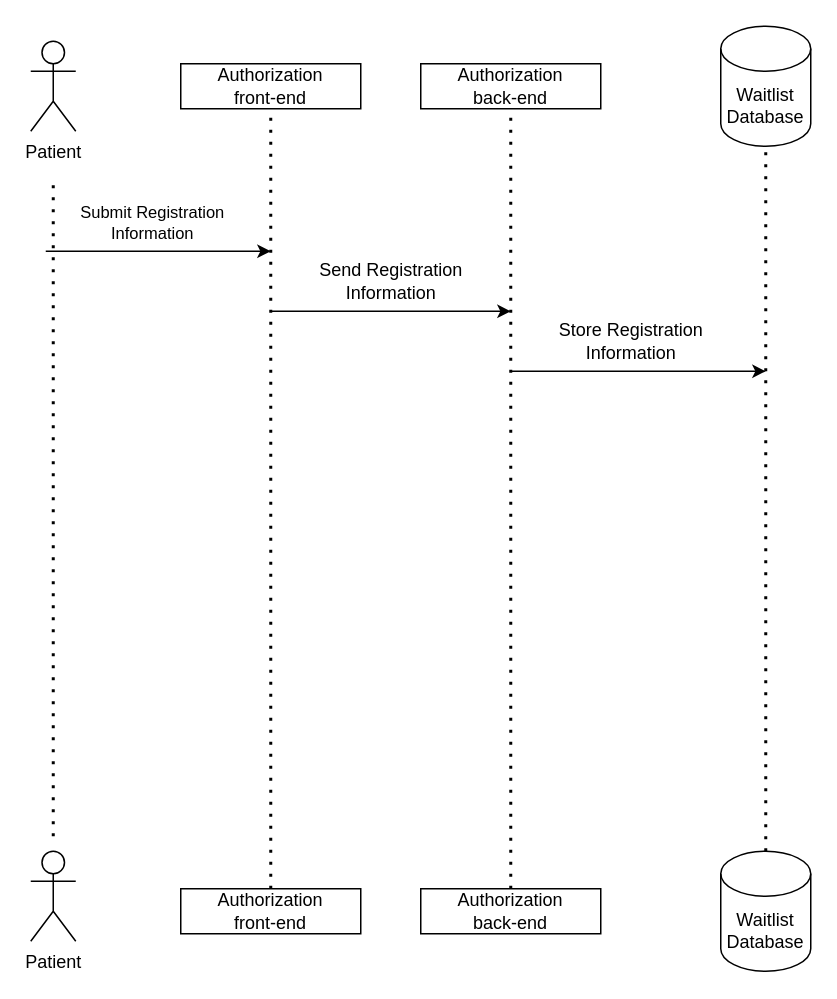
The draw.io diagram images/Register.drawio in uvic-teach/project-m1-team1, before the edit. Source tidied: cells renumbered, new cells numbered last; positions are measured from the earlier drawing's top-left corner, leaving out a move shared by most shapes. Both pictures are drawn from the tidied source at 150%, with x=0, y=0 at pixel (30, 26).
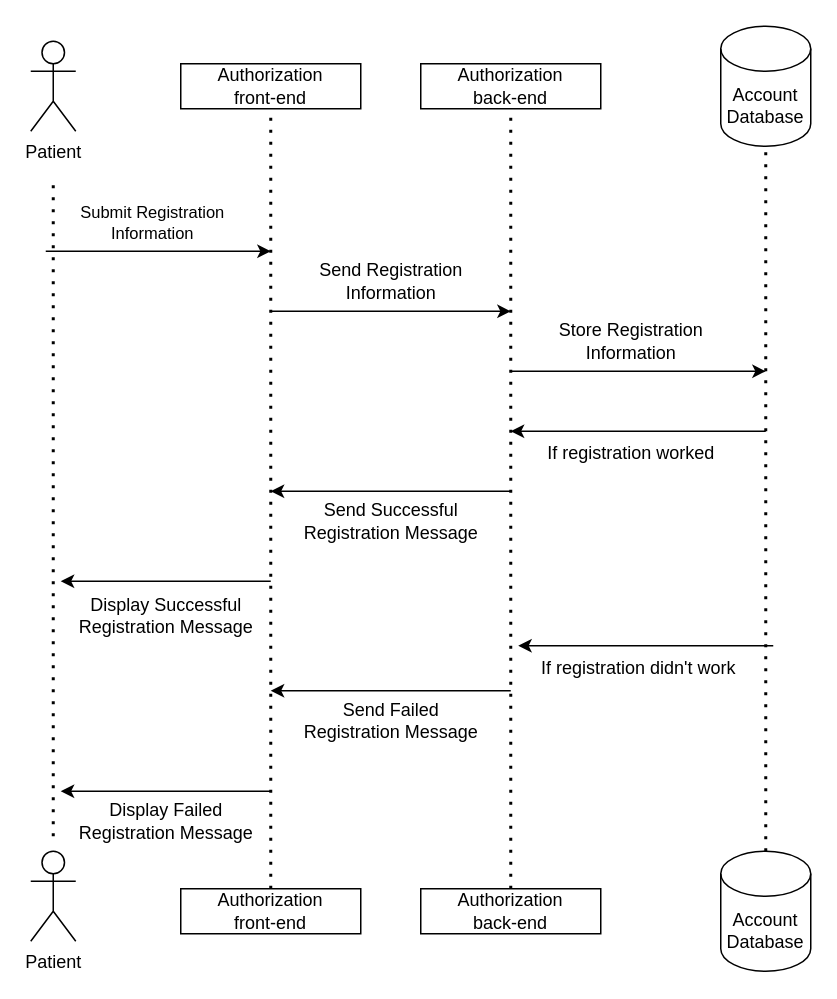
The same page after the edit.

Change to the diagram source:
```diff
@@
-    <mxCell id="4" value="Waitlist&lt;br&gt;Database" style="shape=cylinder3;whiteSpace=wrap;html=1;boundedLbl=1;backgroundOutline=1;size=15;" parent="1" vertex="1">
+    <mxCell id="4" value="Account&lt;br style=&quot;border-color: var(--border-color);&quot;&gt;Database" style="shape=cylinder3;whiteSpace=wrap;html=1;boundedLbl=1;backgroundOutline=1;size=15;" parent="1" vertex="1">
       <mxGeometry x="460" width="60" height="80" as="geometry" />
     </mxCell>
-    <mxCell id="5" value="Waitlist&lt;br&gt;Database" style="shape=cylinder3;whiteSpace=wrap;html=1;boundedLbl=1;backgroundOutline=1;size=15;" parent="1" vertex="1">
+    <mxCell id="5" value="Account&lt;br style=&quot;border-color: var(--border-color);&quot;&gt;Database" style="shape=cylinder3;whiteSpace=wrap;html=1;boundedLbl=1;backgroundOutline=1;size=15;" parent="1" vertex="1">
       <mxGeometry x="460" y="550" width="60" height="80" as="geometry" />
     </mxCell>
@@
+    <mxCell id="20" style="endArrow=classic;html=1;rounded=0;" parent="1" edge="1">
+      <mxGeometry relative="1" as="geometry">
+        <mxPoint x="490" y="270" as="sourcePoint" />
+        <mxPoint x="320" y="270" as="targetPoint" />
+      </mxGeometry>
+    </mxCell>
+    <mxCell id="21" value="If registration worked" style="text;html=1;align=center;verticalAlign=middle;strokeColor=none;fillColor=none;" parent="1" vertex="1">
+      <mxGeometry x="335" y="270" width="130" height="30" as="geometry" />
+    </mxCell>
+    <mxCell id="22" style="endArrow=classic;html=1;rounded=0;" parent="1" edge="1">
+      <mxGeometry relative="1" as="geometry">
+        <mxPoint x="320" y="310" as="sourcePoint" />
+        <mxPoint x="160" y="310" as="targetPoint" />
+      </mxGeometry>
+    </mxCell>
+    <mxCell id="23" value="Send Successful&lt;br&gt;Registration Message" style="text;html=1;align=center;verticalAlign=middle;strokeColor=none;fillColor=none;" parent="1" vertex="1">
+      <mxGeometry x="170" y="310" width="140" height="40" as="geometry" />
+    </mxCell>
+    <mxCell id="24" style="endArrow=classic;html=1;rounded=0;" parent="1" edge="1">
+      <mxGeometry relative="1" as="geometry">
+        <mxPoint x="160" y="370" as="sourcePoint" />
+        <mxPoint x="20" y="370" as="targetPoint" />
+      </mxGeometry>
+    </mxCell>
+    <mxCell id="25" value="Display Successful&lt;br style=&quot;border-color: var(--border-color);&quot;&gt;Registration Message" style="text;html=1;align=center;verticalAlign=middle;strokeColor=none;fillColor=none;" parent="1" vertex="1">
+      <mxGeometry x="20" y="373" width="140" height="40" as="geometry" />
+    </mxCell>
+    <mxCell id="26" style="endArrow=classic;html=1;rounded=0;" parent="1" edge="1">
+      <mxGeometry relative="1" as="geometry">
+        <mxPoint x="495" y="413" as="sourcePoint" />
+        <mxPoint x="325" y="413" as="targetPoint" />
+      </mxGeometry>
+    </mxCell>
+    <mxCell id="27" value="If registration didn't work" style="text;html=1;align=center;verticalAlign=middle;strokeColor=none;fillColor=none;" parent="1" vertex="1">
+      <mxGeometry x="330" y="413" width="150" height="30" as="geometry" />
+    </mxCell>
+    <mxCell id="28" value="Send Failed&lt;br&gt;Registration Message" style="text;html=1;align=center;verticalAlign=middle;strokeColor=none;fillColor=none;" parent="1" vertex="1">
+      <mxGeometry x="170" y="443" width="140" height="40" as="geometry" />
+    </mxCell>
+    <mxCell id="29" style="endArrow=classic;html=1;rounded=0;" parent="1" edge="1">
+      <mxGeometry relative="1" as="geometry">
+        <mxPoint x="320" y="443" as="sourcePoint" />
+        <mxPoint x="160" y="443" as="targetPoint" />
+        <Array as="points">
+          <mxPoint x="240" y="443" />
+        </Array>
+      </mxGeometry>
+    </mxCell>
+    <mxCell id="30" style="endArrow=classic;html=1;rounded=0;" parent="1" edge="1">
+      <mxGeometry relative="1" as="geometry">
+        <mxPoint x="160" y="510" as="sourcePoint" />
+        <mxPoint x="20" y="510" as="targetPoint" />
+      </mxGeometry>
+    </mxCell>
+    <mxCell id="31" value="Display Failed&lt;br&gt;Registration Message" style="text;html=1;align=center;verticalAlign=middle;strokeColor=none;fillColor=none;" parent="1" vertex="1">
+      <mxGeometry x="20" y="510" width="140" height="40" as="geometry" />
+    </mxCell>
```
